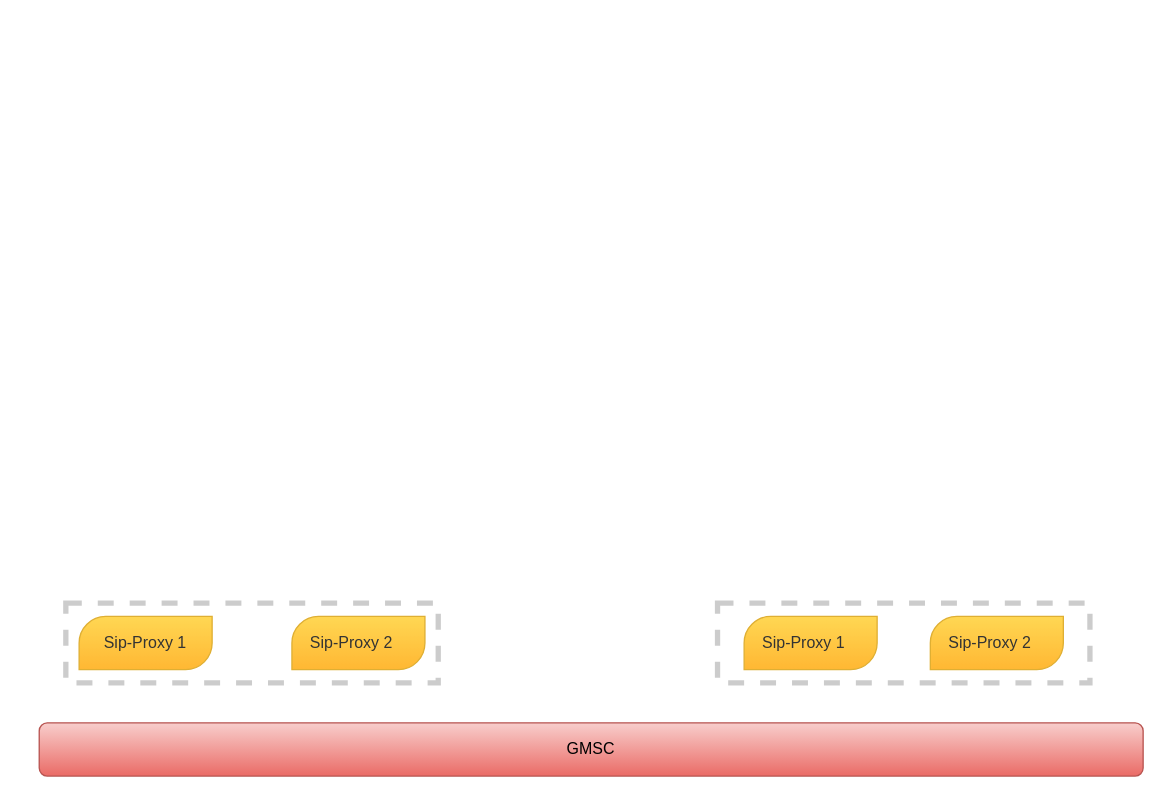
Earlier version of the draw.io diagram Untitled Diagram.drawio (sathwikraj19/udemy). Source tidied: cells renumbered, new cells numbered last; positions are measured from the earlier drawing's top-left corner, leaving out a move shared by most shapes. Both pictures are drawn from the tidied source at 133%, with x=0, y=0 at pixel (39, 602). Pictures stored in the file or linked from it are replaced by grey dashed boxes.
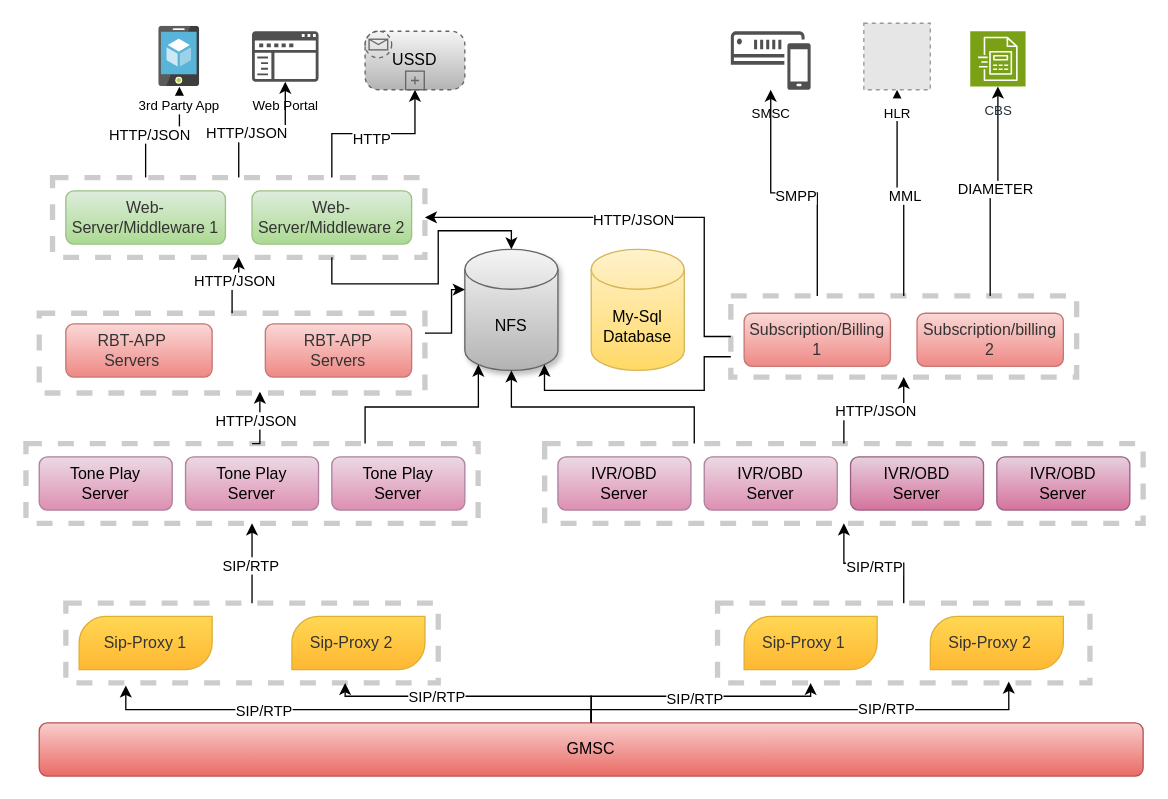
Above is the later version.

The change refers to these unchanged cells:
```xml
<mxCell id="2" value="GMSC" style="rounded=1;whiteSpace=wrap;html=1;fillColor=#f8cecc;strokeColor=#b85450;gradientColor=#ea6b66;" parent="1" vertex="1">
  <mxGeometry y="90" width="830" height="40" as="geometry" />
</mxCell>
<mxCell id="10" style="rounded=0;whiteSpace=wrap;html=1;dashed=1;opacity=20;strokeWidth=4;" parent="1" vertex="1">
  <mxGeometry x="20" width="280" height="60" as="geometry" />
</mxCell>
<mxCell id="12" style="rounded=0;whiteSpace=wrap;html=1;dashed=1;opacity=20;strokeWidth=4;" parent="1" vertex="1">
  <mxGeometry x="510" width="280" height="60" as="geometry" />
</mxCell>
```

Change to the diagram source:
```diff
@@
+    <mxCell id="13" style="edgeStyle=orthogonalEdgeStyle;rounded=0;jettySize=auto;html=1;exitX=0.5;exitY=0;exitDx=0;exitDy=0;entryX=0.75;entryY=1;entryDx=0;entryDy=0;" parent="1" edge="1" source="2" target="10">
+      <mxGeometry relative="1" as="geometry" />
+    </mxCell>
+    <mxCell id="14" value="SIP/RTP" style="edgeLabel;html=1;align=center;verticalAlign=middle;" parent="13" vertex="1">
+      <mxGeometry x="0.27" relative="1" as="geometry" />
+    </mxCell>
+    <mxCell id="15" style="edgeStyle=orthogonalEdgeStyle;rounded=0;jettySize=auto;html=1;exitX=0.5;exitY=0;exitDx=0;exitDy=0;entryX=0.25;entryY=1;entryDx=0;entryDy=0;" parent="1" edge="1" source="2" target="12">
+      <mxGeometry relative="1" as="geometry" />
+    </mxCell>
+    <mxCell id="16" value="SIP/RTP" style="edgeLabel;html=1;align=center;verticalAlign=middle;" parent="15" vertex="1">
+      <mxGeometry x="-0.01" y="-1" relative="1" as="geometry" />
+    </mxCell>
@@
+    <mxCell id="17" style="edgeStyle=orthogonalEdgeStyle;rounded=0;jettySize=auto;html=1;exitX=0.5;exitY=0;exitDx=0;exitDy=0;entryX=0.5;entryY=1;entryDx=0;entryDy=0;" parent="1" edge="1" source="10" target="28">
+      <mxGeometry relative="1" as="geometry" />
+    </mxCell>
+    <mxCell id="18" value="SIP/RTP" style="edgeLabel;html=1;align=center;verticalAlign=middle;" parent="17" vertex="1">
+      <mxGeometry x="-0.03" y="2" relative="1" as="geometry" />
+    </mxCell>
@@
+    <mxCell id="19" style="edgeStyle=orthogonalEdgeStyle;rounded=0;jettySize=auto;html=1;exitX=0.5;exitY=0;exitDx=0;exitDy=0;entryX=0.5;entryY=1;entryDx=0;entryDy=0;" parent="1" edge="1" source="12" target="36">
+      <mxGeometry relative="1" as="geometry" />
+    </mxCell>
+    <mxCell id="20" value="SIP/RTP" style="edgeLabel;html=1;align=center;verticalAlign=middle;" parent="19" vertex="1">
+      <mxGeometry x="0.01" y="2" relative="1" as="geometry" />
+    </mxCell>
@@
+    <mxCell id="21" style="edgeStyle=orthogonalEdgeStyle;rounded=0;jettySize=auto;html=1;exitX=0.5;exitY=0;exitDx=0;exitDy=0;entryX=0.161;entryY=1.033;entryDx=0;entryDy=0;entryPerimeter=0;" parent="1" edge="1" source="2" target="10">
+      <mxGeometry relative="1" as="geometry">
+        <Array as="points">
+          <mxPoint x="415" y="80" />
+          <mxPoint x="65" y="80" />
+        </Array>
+      </mxGeometry>
+    </mxCell>
+    <mxCell id="22" value="SIP/RTP" style="edgeLabel;html=1;align=center;verticalAlign=middle;" parent="21" vertex="1">
+      <mxGeometry x="0.36" relative="1" as="geometry" />
+    </mxCell>
+    <mxCell id="23" style="edgeStyle=orthogonalEdgeStyle;rounded=0;jettySize=auto;html=1;exitX=0.5;exitY=0;exitDx=0;exitDy=0;entryX=0.782;entryY=0.983;entryDx=0;entryDy=0;entryPerimeter=0;" parent="1" edge="1" source="2" target="12">
+      <mxGeometry relative="1" as="geometry">
+        <Array as="points">
+          <mxPoint x="415" y="80" />
+          <mxPoint x="729" y="80" />
+        </Array>
+      </mxGeometry>
+    </mxCell>
+    <mxCell id="24" value="SIP/RTP" style="edgeLabel;html=1;align=center;verticalAlign=middle;" parent="23" vertex="1">
+      <mxGeometry x="0.34" y="1" relative="1" as="geometry" />
+    </mxCell>
+    <mxCell id="25" style="rounded=1;whiteSpace=wrap;html=1;fillColor=#e6d0de;gradientColor=#d5739d;strokeColor=#996185;" parent="1" vertex="1">
+      <mxGeometry y="-110" width="100" height="40" as="geometry" />
+    </mxCell>
+    <mxCell id="26" style="rounded=1;whiteSpace=wrap;html=1;fillColor=#e6d0de;gradientColor=#d5739d;strokeColor=#996185;" parent="1" vertex="1">
+      <mxGeometry x="110" y="-110" width="100" height="40" as="geometry" />
+    </mxCell>
+    <mxCell id="27" style="rounded=1;whiteSpace=wrap;html=1;fillColor=#e6d0de;gradientColor=#d5739d;strokeColor=#996185;" parent="1" vertex="1">
+      <mxGeometry x="220" y="-110" width="100" height="40" as="geometry" />
+    </mxCell>
+    <mxCell id="28" style="rounded=0;whiteSpace=wrap;html=1;dashed=1;opacity=20;strokeWidth=4;" parent="1" vertex="1">
+      <mxGeometry x="-10" y="-120" width="340" height="60" as="geometry" />
+    </mxCell>
+    <mxCell id="29" value="Tone Play Server" style="text;html=1;align=center;verticalAlign=middle;whiteSpace=wrap;rounded=0;" parent="1" vertex="1">
+      <mxGeometry x="20" y="-105" width="60" height="30" as="geometry" />
+    </mxCell>
+    <mxCell id="30" value="Tone Play Server" style="text;html=1;align=center;verticalAlign=middle;whiteSpace=wrap;rounded=0;" parent="1" vertex="1">
+      <mxGeometry x="240" y="-105" width="60" height="30" as="geometry" />
+    </mxCell>
+    <mxCell id="31" value="Tone Play Server" style="text;html=1;align=center;verticalAlign=middle;whiteSpace=wrap;rounded=0;" parent="1" vertex="1">
+      <mxGeometry x="130" y="-105" width="60" height="30" as="geometry" />
+    </mxCell>
+    <mxCell id="32" style="rounded=1;whiteSpace=wrap;html=1;fillColor=#e6d0de;gradientColor=#d5739d;strokeColor=#996185;" parent="1" vertex="1">
+      <mxGeometry x="390" y="-110" width="100" height="40" as="geometry" />
+    </mxCell>
+    <mxCell id="33" style="rounded=1;whiteSpace=wrap;html=1;fillColor=#e6d0de;gradientColor=#d5739d;strokeColor=#996185;" parent="1" vertex="1">
+      <mxGeometry x="500" y="-110" width="100" height="40" as="geometry" />
+    </mxCell>
+    <mxCell id="34" style="edgeStyle=orthogonalEdgeStyle;rounded=0;jettySize=auto;html=1;exitX=0.5;exitY=0;exitDx=0;exitDy=0;entryX=0.5;entryY=1;entryDx=0;entryDy=0;" parent="1" edge="1" source="36" target="60">
+      <mxGeometry relative="1" as="geometry" />
+    </mxCell>
+    <mxCell id="35" value="HTTP/JSON" style="edgeLabel;html=1;align=center;verticalAlign=middle;" parent="34" vertex="1">
+      <mxGeometry x="0.01" relative="1" as="geometry" />
+    </mxCell>
+    <mxCell id="36" style="rounded=0;whiteSpace=wrap;html=1;dashed=1;opacity=20;strokeWidth=4;" parent="1" vertex="1">
+      <mxGeometry x="380" y="-120" width="450" height="60" as="geometry" />
+    </mxCell>
+    <mxCell id="37" style="rounded=1;whiteSpace=wrap;html=1;fillColor=#e6d0de;gradientColor=#d5739d;strokeColor=#996185;" parent="1" vertex="1">
+      <mxGeometry x="610" y="-110" width="100" height="40" as="geometry" />
+    </mxCell>
+    <mxCell id="38" style="rounded=1;whiteSpace=wrap;html=1;fillColor=#e6d0de;gradientColor=#d5739d;strokeColor=#996185;" parent="1" vertex="1">
+      <mxGeometry x="720" y="-110" width="100" height="40" as="geometry" />
+    </mxCell>
+    <mxCell id="39" value="IVR/OBD Server" style="text;html=1;align=center;verticalAlign=middle;whiteSpace=wrap;rounded=0;" parent="1" vertex="1">
+      <mxGeometry x="740" y="-105" width="60" height="30" as="geometry" />
+    </mxCell>
+    <mxCell id="40" value="IVR/OBD Server" style="text;html=1;align=center;verticalAlign=middle;whiteSpace=wrap;rounded=0;" parent="1" vertex="1">
+      <mxGeometry x="630" y="-105" width="60" height="30" as="geometry" />
+    </mxCell>
+    <mxCell id="41" value="IVR/OBD Server" style="text;html=1;align=center;verticalAlign=middle;whiteSpace=wrap;rounded=0;" parent="1" vertex="1">
+      <mxGeometry x="520" y="-105" width="60" height="30" as="geometry" />
+    </mxCell>
+    <mxCell id="42" value="IVR/OBD Server" style="text;html=1;align=center;verticalAlign=middle;whiteSpace=wrap;rounded=0;" parent="1" vertex="1">
+      <mxGeometry x="410" y="-105" width="60" height="30" as="geometry" />
+    </mxCell>
+    <mxCell id="43" style="rounded=1;whiteSpace=wrap;html=1;fillColor=#f8cecc;gradientColor=#ea6b66;strokeColor=#b85450;" parent="1" vertex="1">
+      <mxGeometry x="20" y="-210" width="110" height="40" as="geometry" />
+    </mxCell>
+    <mxCell id="44" style="rounded=1;whiteSpace=wrap;html=1;fillColor=#f8cecc;gradientColor=#ea6b66;strokeColor=#b85450;" parent="1" vertex="1">
+      <mxGeometry x="170" y="-210" width="110" height="40" as="geometry" />
+    </mxCell>
+    <mxCell id="45" value="RBT-APP Servers" style="text;html=1;align=center;verticalAlign=middle;whiteSpace=wrap;rounded=0;" parent="1" vertex="1">
+      <mxGeometry x="195" y="-205" width="60" height="30" as="geometry" />
+    </mxCell>
+    <mxCell id="46" value="RBT-APP Servers" style="text;html=1;align=center;verticalAlign=middle;whiteSpace=wrap;rounded=0;" parent="1" vertex="1">
+      <mxGeometry x="40" y="-205" width="60" height="30" as="geometry" />
+    </mxCell>
+    <mxCell id="47" style="edgeStyle=orthogonalEdgeStyle;rounded=0;jettySize=auto;html=1;exitX=0.5;exitY=0;exitDx=0;exitDy=0;entryX=0.5;entryY=1;entryDx=0;entryDy=0;" parent="1" edge="1" source="49" target="67">
+      <mxGeometry relative="1" as="geometry" />
+    </mxCell>
+    <mxCell id="48" value="HTTP/JSON" style="edgeLabel;html=1;align=center;verticalAlign=middle;" parent="47" vertex="1">
+      <mxGeometry x="0.28" y="4" relative="1" as="geometry" />
+    </mxCell>
+    <mxCell id="49" style="rounded=0;whiteSpace=wrap;html=1;dashed=1;opacity=20;strokeWidth=4;" parent="1" vertex="1">
+      <mxGeometry y="-218" width="290" height="60" as="geometry" />
+    </mxCell>
+    <mxCell id="50" value="Subscription/Billing 1" style="rounded=1;whiteSpace=wrap;html=1;fillColor=#f8cecc;gradientColor=#ea6b66;strokeColor=#b85450;" parent="1" vertex="1">
+      <mxGeometry x="530" y="-218" width="110" height="40" as="geometry" />
+    </mxCell>
+    <mxCell id="51" value="Subscription/billing 2" style="rounded=1;whiteSpace=wrap;html=1;fillColor=#f8cecc;gradientColor=#ea6b66;strokeColor=#b85450;" parent="1" vertex="1">
+      <mxGeometry x="660" y="-218" width="110" height="40" as="geometry" />
+    </mxCell>
+    <mxCell id="52" style="edgeStyle=orthogonalEdgeStyle;rounded=0;jettySize=auto;html=1;exitX=0;exitY=0.5;exitDx=0;exitDy=0;entryX=1;entryY=0.5;entryDx=0;entryDy=0;" parent="1" edge="1" source="60" target="67">
+      <mxGeometry relative="1" as="geometry">
+        <Array as="points">
+          <mxPoint x="500" y="-200" />
+          <mxPoint x="500" y="-290" />
+        </Array>
+      </mxGeometry>
+    </mxCell>
+    <mxCell id="53" value="HTTP/JSON" style="edgeLabel;html=1;align=center;verticalAlign=middle;" parent="52" vertex="1">
+      <mxGeometry x="0.02" y="1" relative="1" as="geometry" />
+    </mxCell>
+    <mxCell id="54" style="edgeStyle=orthogonalEdgeStyle;rounded=0;jettySize=auto;html=1;exitX=0.5;exitY=0;exitDx=0;exitDy=0;entryX=0.5;entryY=1;entryDx=0;entryDy=0;" parent="1" edge="1" source="60" target="72">
+      <mxGeometry relative="1" as="geometry" />
+    </mxCell>
+    <mxCell id="55" value="MML" style="edgeLabel;html=1;align=center;verticalAlign=middle;" parent="54" vertex="1">
+      <mxGeometry x="-0.05" relative="1" as="geometry" />
+    </mxCell>
+    <mxCell id="56" style="edgeStyle=orthogonalEdgeStyle;rounded=0;jettySize=auto;html=1;exitX=0.25;exitY=0;exitDx=0;exitDy=0;" parent="1" edge="1" source="60" target="71">
+      <mxGeometry relative="1" as="geometry" />
+    </mxCell>
+    <mxCell id="57" value="SMPP" style="edgeLabel;html=1;align=center;verticalAlign=middle;" parent="56" vertex="1">
+      <mxGeometry x="-0.01" y="2" relative="1" as="geometry" />
+    </mxCell>
+    <mxCell id="58" style="edgeStyle=orthogonalEdgeStyle;rounded=0;jettySize=auto;html=1;exitX=0.75;exitY=0;exitDx=0;exitDy=0;" parent="1" edge="1" source="60" target="73">
+      <mxGeometry relative="1" as="geometry" />
+    </mxCell>
+    <mxCell id="59" value="DIAMETER" style="edgeLabel;html=1;align=center;verticalAlign=middle;" parent="58" vertex="1">
+      <mxGeometry x="0.06" y="2" relative="1" as="geometry" />
+    </mxCell>
+    <mxCell id="60" style="rounded=0;whiteSpace=wrap;html=1;dashed=1;opacity=20;strokeWidth=4;" parent="1" vertex="1">
+      <mxGeometry x="520" y="-231" width="260" height="61" as="geometry" />
+    </mxCell>
+    <mxCell id="61" value="Web- Server/Middleware 1" style="rounded=1;whiteSpace=wrap;html=1;fillColor=#d5e8d4;gradientColor=#97d077;strokeColor=#82b366;" parent="1" vertex="1">
+      <mxGeometry x="20" y="-310" width="120" height="40" as="geometry" />
+    </mxCell>
+    <mxCell id="62" value="Web-Server/Middleware 2" style="rounded=1;whiteSpace=wrap;html=1;fillColor=#d5e8d4;gradientColor=#97d077;strokeColor=#82b366;" parent="1" vertex="1">
+      <mxGeometry x="160" y="-310" width="120" height="40" as="geometry" />
+    </mxCell>
+    <mxCell id="63" style="edgeStyle=orthogonalEdgeStyle;rounded=0;jettySize=auto;html=1;exitX=0.25;exitY=0;exitDx=0;exitDy=0;" parent="1" edge="1" source="67" target="68">
+      <mxGeometry relative="1" as="geometry" />
+    </mxCell>
+    <mxCell id="64" value="HTTP/JSON" style="edgeLabel;html=1;align=center;verticalAlign=middle;" parent="63" vertex="1">
+      <mxGeometry x="-0.21" y="-2" relative="1" as="geometry" />
+    </mxCell>
+    <mxCell id="65" style="edgeStyle=orthogonalEdgeStyle;rounded=0;jettySize=auto;html=1;exitX=0.5;exitY=0;exitDx=0;exitDy=0;" parent="1" edge="1" source="67" target="69">
+      <mxGeometry relative="1" as="geometry" />
+    </mxCell>
+    <mxCell id="66" value="HTTP/JSON" style="edgeLabel;html=1;align=center;verticalAlign=middle;" parent="65" vertex="1">
+      <mxGeometry x="-0.23" y="-2" relative="1" as="geometry" />
+    </mxCell>
+    <mxCell id="67" style="rounded=0;whiteSpace=wrap;html=1;dashed=1;opacity=20;strokeWidth=4;" parent="1" vertex="1">
+      <mxGeometry x="10" y="-320" width="280" height="60" as="geometry" />
+    </mxCell>
+    <mxCell id="68" value="&lt;span style=&quot;font-size: 10px;&quot;&gt;3rd Party App&lt;/span&gt;" style="image;sketch=0;html=1;points=[];align=center;fontSize=12;image=img/lib/mscae/App_Service_Mobile_App.svg;" parent="1" vertex="1">
+      <mxGeometry x="90" y="-433.6" width="30.8" height="45.3" as="geometry" />
+    </mxCell>
+    <mxCell id="69" value="&lt;sub&gt;Web Portal&lt;/sub&gt;" style="sketch=0;shadow=0;dashed=0;html=1;strokeColor=none;labelPosition=center;verticalLabelPosition=bottom;verticalAlign=top;align=center;fillColor=#505050;shape=mxgraph.mscae.intune.company_portal;" parent="1" vertex="1">
+      <mxGeometry x="160" y="-430" width="50" height="38" as="geometry" />
+    </mxCell>
+    <mxCell id="70" value="USSD" style="points=[[0.25,0,0],[0.5,0,0],[0.75,0,0],[1,0.25,0],[1,0.5,0],[1,0.75,0],[0.75,1,0],[0.5,1,0],[0.25,1,0],[0,0.75,0],[0,0.5,0],[0,0.25,0]];shape=mxgraph.bpmn.task;whiteSpace=wrap;rectStyle=rounded;size=10;html=1;taskMarker=abstract;bpmnShapeType=subprocess;isLoopSub=1;outline=eventNonint;symbol=message;fillColor=#f5f5f5;gradientColor=#b3b3b3;strokeColor=#666666;" parent="1" vertex="1">
+      <mxGeometry x="245" y="-430" width="75" height="44" as="geometry" />
+    </mxCell>
+    <mxCell id="71" value="&lt;sub&gt;SMSC&lt;/sub&gt;" style="sketch=0;shadow=0;dashed=0;html=1;strokeColor=none;fillColor=#505050;labelPosition=center;verticalLabelPosition=bottom;verticalAlign=top;outlineConnect=0;align=center;shape=mxgraph.office.communications.sms_gateway;" parent="1" vertex="1">
+      <mxGeometry x="520" y="-430" width="60" height="44" as="geometry" />
+    </mxCell>
+    <mxCell id="72" value="&lt;sub&gt;HLR&lt;/sub&gt;" style="fillColor=#E6E6E6;strokeColor=#999999;dashed=1;html=1;verticalAlign=top;verticalLabelPosition=bottom;labelBackgroundColor=#ffffff;" parent="1" vertex="1">
+      <mxGeometry x="620" y="-436" width="50" height="50" as="geometry" />
+    </mxCell>
+    <mxCell id="73" value="&lt;sub&gt;CBS&lt;/sub&gt;" style="sketch=0;points=[[0,0,0],[0.25,0,0],[0.5,0,0],[0.75,0,0],[1,0,0],[0,1,0],[0.25,1,0],[0.5,1,0],[0.75,1,0],[1,1,0],[0,0.25,0],[0,0.5,0],[0,0.75,0],[1,0.25,0],[1,0.5,0],[1,0.75,0]];outlineConnect=0;fontColor=#232F3E;fillColor=#7AA116;strokeColor=#ffffff;dashed=0;verticalLabelPosition=bottom;verticalAlign=top;align=center;html=1;fontSize=12;fontStyle=0;shape=mxgraph.aws4.resourceIcon;resIcon=mxgraph.aws4.custom_billing_manager;" parent="1" vertex="1">
+      <mxGeometry x="700" y="-430" width="41.6" height="41.6" as="geometry" />
+    </mxCell>
+    <mxCell id="74" style="edgeStyle=orthogonalEdgeStyle;rounded=0;jettySize=auto;html=1;exitX=0.5;exitY=0;exitDx=0;exitDy=0;entryX=0.572;entryY=0.983;entryDx=0;entryDy=0;entryPerimeter=0;" parent="1" edge="1" source="28" target="49">
+      <mxGeometry relative="1" as="geometry" />
+    </mxCell>
+    <mxCell id="75" value="HTTP/JSON" style="edgeLabel;html=1;align=center;verticalAlign=middle;" parent="74" vertex="1">
+      <mxGeometry x="0.02" y="3" relative="1" as="geometry" />
+    </mxCell>
+    <mxCell id="76" style="edgeStyle=orthogonalEdgeStyle;rounded=0;jettySize=auto;html=1;exitX=0.75;exitY=0;exitDx=0;exitDy=0;entryX=0.5;entryY=1;entryDx=0;entryDy=0;entryPerimeter=0;" parent="1" edge="1" source="67" target="70">
+      <mxGeometry relative="1" as="geometry" />
+    </mxCell>
+    <mxCell id="77" value="HTTP" style="edgeLabel;html=1;align=center;verticalAlign=middle;" parent="76" vertex="1">
+      <mxGeometry x="-0.04" y="-3" relative="1" as="geometry" />
+    </mxCell>
+    <mxCell id="78" value="NFS" style="shape=cylinder3;whiteSpace=wrap;html=1;boundedLbl=1;backgroundOutline=1;size=15;fillColor=#f5f5f5;shadow=1;strokeColor=#666666;gradientColor=#b3b3b3;" parent="1" vertex="1">
+      <mxGeometry x="320" y="-266" width="70" height="91" as="geometry" />
+    </mxCell>
+    <mxCell id="79" value="My-Sql Database" style="shape=cylinder3;whiteSpace=wrap;html=1;boundedLbl=1;backgroundOutline=1;size=15;fillColor=#fff2cc;strokeColor=#d6b656;gradientColor=#ffd966;" parent="1" vertex="1">
+      <mxGeometry x="415" y="-266" width="70" height="91" as="geometry" />
+    </mxCell>
+    <mxCell id="80" style="edgeStyle=orthogonalEdgeStyle;rounded=0;jettySize=auto;html=1;exitX=1;exitY=0.25;exitDx=0;exitDy=0;entryX=0;entryY=0;entryDx=0;entryDy=30.25;entryPerimeter=0;" parent="1" edge="1" source="49" target="78">
+      <mxGeometry relative="1" as="geometry" />
+    </mxCell>
+    <mxCell id="81" style="edgeStyle=orthogonalEdgeStyle;rounded=0;jettySize=auto;html=1;exitX=0.75;exitY=0;exitDx=0;exitDy=0;entryX=0.145;entryY=1;entryDx=0;entryDy=-4.35;entryPerimeter=0;" parent="1" edge="1" source="28" target="78">
+      <mxGeometry relative="1" as="geometry" />
+    </mxCell>
+    <mxCell id="82" style="edgeStyle=orthogonalEdgeStyle;rounded=0;jettySize=auto;html=1;exitX=0.25;exitY=0;exitDx=0;exitDy=0;entryX=0.5;entryY=1;entryDx=0;entryDy=0;entryPerimeter=0;" parent="1" edge="1" source="36" target="78">
+      <mxGeometry relative="1" as="geometry" />
+    </mxCell>
+    <mxCell id="83" style="edgeStyle=orthogonalEdgeStyle;rounded=0;jettySize=auto;html=1;exitX=0;exitY=0.75;exitDx=0;exitDy=0;entryX=0.855;entryY=1;entryDx=0;entryDy=-4.35;entryPerimeter=0;" parent="1" edge="1" source="60" target="78">
+      <mxGeometry relative="1" as="geometry">
+        <Array as="points">
+          <mxPoint x="500" y="-185" />
+          <mxPoint x="500" y="-160" />
+          <mxPoint x="380" y="-160" />
+        </Array>
+      </mxGeometry>
+    </mxCell>
+    <mxCell id="84" style="edgeStyle=orthogonalEdgeStyle;rounded=0;jettySize=auto;html=1;exitX=0.75;exitY=1;exitDx=0;exitDy=0;entryX=0.5;entryY=0;entryDx=0;entryDy=0;entryPerimeter=0;" parent="1" edge="1" source="67" target="78">
+      <mxGeometry relative="1" as="geometry">
+        <Array as="points">
+          <mxPoint x="220" y="-240" />
+          <mxPoint x="300" y="-240" />
+          <mxPoint x="300" y="-280" />
+          <mxPoint x="355" y="-280" />
+        </Array>
+      </mxGeometry>
+    </mxCell>
```
